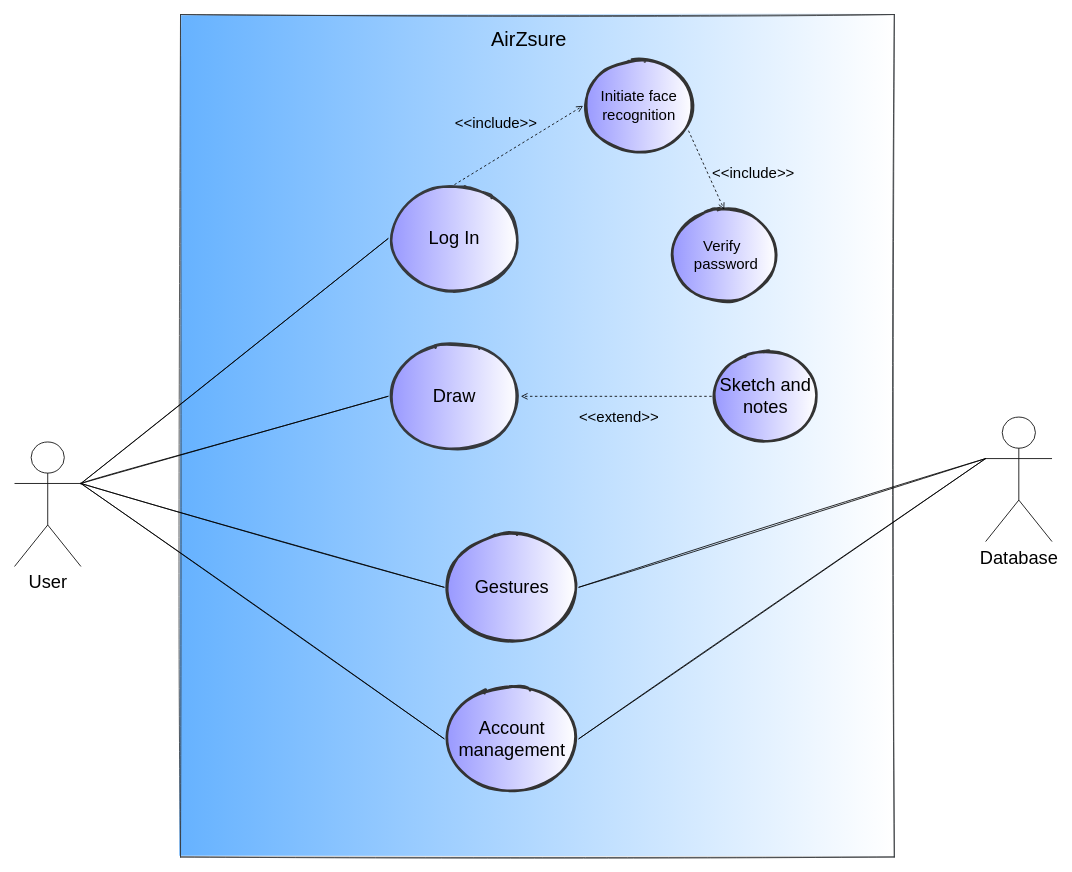
The draw.io diagram canvas.drawio in Spart-v6/diagram, before the edit. Source tidied: cells renumbered, new cells numbered last; positions are measured from the earlier drawing's top-left corner, leaving out a move shared by most shapes. Both pictures are drawn from the tidied source at 83%, with x=0, y=0 at pixel (14, 27).
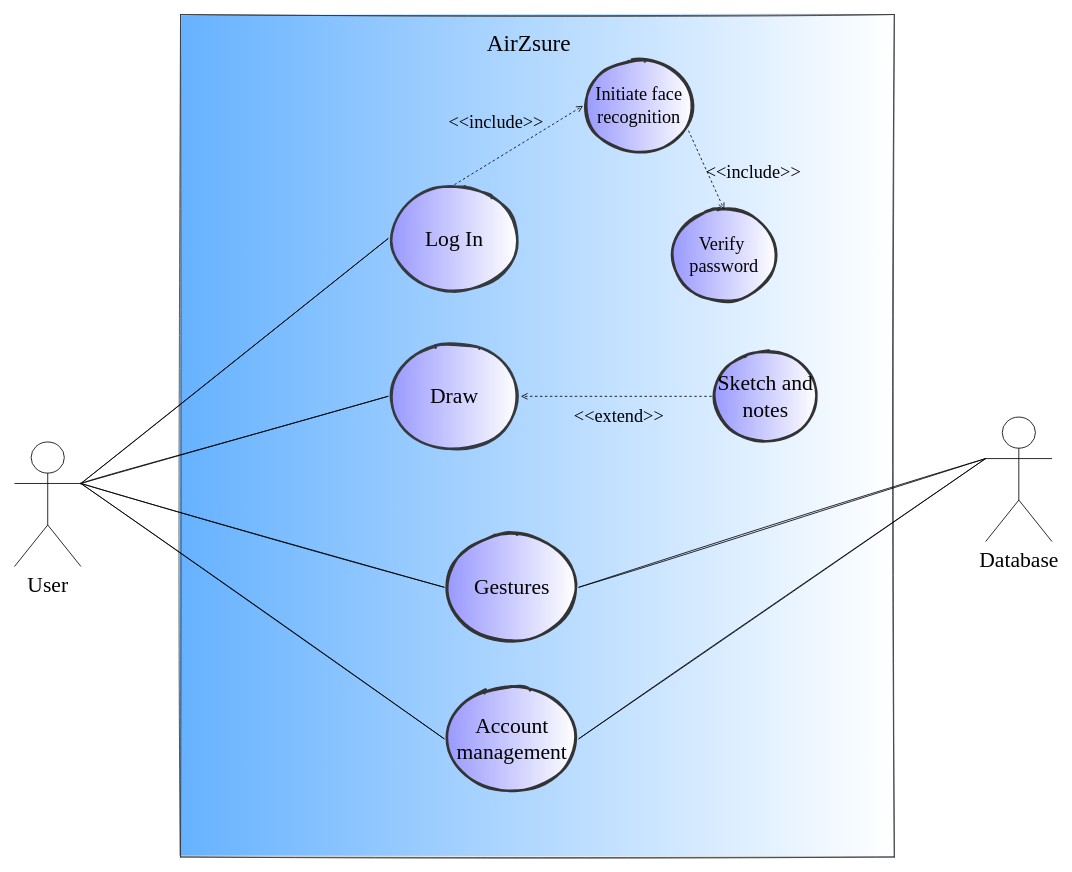
Above is the later version.

Change to the diagram source:
```diff
@@
-    <mxCell id="3" value="&lt;font style=&quot;font-size: 24px&quot;&gt;AirZsure&lt;/font&gt;" style="text;html=1;strokeColor=none;fillColor=none;align=center;verticalAlign=middle;whiteSpace=wrap;rounded=0;" parent="1" vertex="1">
-      <mxGeometry x="560" width="120" height="30" as="geometry" />
+    <mxCell id="3" value="&lt;font style=&quot;font-size: 28px&quot; face=&quot;Times New Roman&quot;&gt;AirZsure&lt;/font&gt;" style="text;html=1;strokeColor=none;fillColor=none;align=center;verticalAlign=middle;whiteSpace=wrap;rounded=0;" parent="1" vertex="1">
+      <mxGeometry x="560" width="120" height="40" as="geometry" />
     </mxCell>
-    <mxCell id="4" value="&lt;font style=&quot;font-size: 22px&quot;&gt;User&lt;/font&gt;" style="shape=umlActor;verticalLabelPosition=bottom;verticalAlign=top;html=1;outlineConnect=0;" parent="1" vertex="1">
+    <mxCell id="4" value="&lt;font style=&quot;font-size: 26px&quot; face=&quot;Times New Roman&quot;&gt;User&lt;/font&gt;" style="shape=umlActor;verticalLabelPosition=bottom;verticalAlign=top;html=1;outlineConnect=0;" parent="1" vertex="1">
       <mxGeometry y="500" width="80" height="150" as="geometry" />
     </mxCell>
-    <mxCell id="5" value="&lt;font style=&quot;font-size: 22px&quot;&gt;Database&lt;/font&gt;" style="shape=umlActor;verticalLabelPosition=bottom;verticalAlign=top;html=1;outlineConnect=0;" parent="1" vertex="1">
+    <mxCell id="5" value="&lt;font style=&quot;font-size: 26px&quot; face=&quot;Times New Roman&quot;&gt;Database&lt;/font&gt;" style="shape=umlActor;verticalLabelPosition=bottom;verticalAlign=top;html=1;outlineConnect=0;" parent="1" vertex="1">
       <mxGeometry x="1170" y="470" width="80" height="150" as="geometry" />
     </mxCell>
-    <mxCell id="6" value="&lt;font style=&quot;font-size: 22px&quot;&gt;Log In&lt;/font&gt;" style="ellipse;whiteSpace=wrap;html=1;sketch=1;strokeWidth=3;strokeColor=#36393d;fillStyle=auto;fillColor=#9999FF;gradientColor=#ffffff;gradientDirection=east;" parent="1" vertex="1">
+    <mxCell id="6" value="&lt;font style=&quot;font-size: 26px&quot; face=&quot;Times New Roman&quot;&gt;Log In&lt;/font&gt;" style="ellipse;whiteSpace=wrap;html=1;sketch=1;strokeWidth=3;strokeColor=#36393d;fillStyle=auto;fillColor=#9999FF;gradientColor=#ffffff;gradientDirection=east;" parent="1" vertex="1">
       <mxGeometry x="450" y="190" width="160" height="130" as="geometry" />
     </mxCell>
-    <mxCell id="7" value="&lt;font style=&quot;font-size: 22px&quot;&gt;Draw&lt;/font&gt;" style="ellipse;whiteSpace=wrap;html=1;sketch=1;strokeWidth=3;strokeColor=#36393d;fillStyle=auto;fillColor=#9999FF;gradientColor=#ffffff;gradientDirection=east;" parent="1" vertex="1">
+    <mxCell id="7" value="&lt;font style=&quot;font-size: 26px&quot; face=&quot;Times New Roman&quot;&gt;Draw&lt;/font&gt;" style="ellipse;whiteSpace=wrap;html=1;sketch=1;strokeWidth=3;strokeColor=#36393d;fillStyle=auto;fillColor=#9999FF;gradientColor=#ffffff;gradientDirection=east;" parent="1" vertex="1">
       <mxGeometry x="450" y="380" width="160" height="130" as="geometry" />
     </mxCell>
-    <mxCell id="8" value="&lt;font style=&quot;font-size: 22px&quot;&gt;Sketch and notes&lt;/font&gt;" style="ellipse;whiteSpace=wrap;html=1;strokeColor=#333333;strokeWidth=3;sketch=1;fillColor=#9999FF;gradientColor=#ffffff;gradientDirection=east;" parent="1" vertex="1">
+    <mxCell id="8" value="&lt;font style=&quot;font-size: 26px&quot; face=&quot;Times New Roman&quot;&gt;Sketch and notes&lt;/font&gt;" style="ellipse;whiteSpace=wrap;html=1;strokeColor=#333333;strokeWidth=3;sketch=1;fillColor=#9999FF;gradientColor=#ffffff;gradientDirection=east;" parent="1" vertex="1">
       <mxGeometry x="840" y="390" width="130" height="110" as="geometry" />
     </mxCell>
-    <mxCell id="9" value="&lt;font style=&quot;font-size: 22px&quot;&gt;Gestures&lt;/font&gt;" style="ellipse;whiteSpace=wrap;html=1;strokeColor=#333333;strokeWidth=3;sketch=1;gradientDirection=east;gradientColor=#ffffff;fillColor=#9999FF;" parent="1" vertex="1">
+    <mxCell id="9" value="&lt;font style=&quot;font-size: 26px&quot; face=&quot;Times New Roman&quot;&gt;Gestures&lt;/font&gt;" style="ellipse;whiteSpace=wrap;html=1;strokeColor=#333333;strokeWidth=3;sketch=1;gradientDirection=east;gradientColor=#ffffff;fillColor=#9999FF;" parent="1" vertex="1">
       <mxGeometry x="517.5" y="610" width="162.5" height="130" as="geometry" />
     </mxCell>
@@
-    <mxCell id="13" value="&lt;font style=&quot;font-size: 22px&quot;&gt;Account management&lt;/font&gt;" style="ellipse;whiteSpace=wrap;html=1;strokeColor=#333333;strokeWidth=3;sketch=1;gradientDirection=east;gradientColor=#ffffff;fillColor=#9999FF;" parent="1" vertex="1">
+    <mxCell id="13" value="&lt;font style=&quot;font-size: 26px&quot; face=&quot;Times New Roman&quot;&gt;Account management&lt;/font&gt;" style="ellipse;whiteSpace=wrap;html=1;strokeColor=#333333;strokeWidth=3;sketch=1;gradientDirection=east;gradientColor=#ffffff;fillColor=#9999FF;" parent="1" vertex="1">
       <mxGeometry x="517.5" y="792.5" width="162.5" height="130" as="geometry" />
     </mxCell>
@@
-    <mxCell id="17" value="&lt;font style=&quot;font-size: 18px&quot;&gt;Initiate face recognition&lt;/font&gt;" style="ellipse;whiteSpace=wrap;html=1;strokeColor=#333333;strokeWidth=3;sketch=1;fillColor=#9999FF;gradientColor=#ffffff;gradientDirection=east;" parent="1" vertex="1">
+    <mxCell id="17" value="&lt;font style=&quot;font-size: 22px&quot; face=&quot;Times New Roman&quot;&gt;Initiate face recognition&lt;/font&gt;" style="ellipse;whiteSpace=wrap;html=1;strokeColor=#333333;strokeWidth=3;sketch=1;fillColor=#9999FF;gradientColor=#ffffff;gradientDirection=east;" parent="1" vertex="1">
       <mxGeometry x="685" y="40" width="135" height="110" as="geometry" />
     </mxCell>
-    <mxCell id="18" value="&lt;font style=&quot;font-size: 18px&quot;&gt;Verify&amp;nbsp; &amp;nbsp;password&lt;/font&gt;" style="ellipse;whiteSpace=wrap;html=1;strokeColor=#333333;strokeWidth=3;sketch=1;fillColor=#9999FF;gradientColor=#ffffff;gradientDirection=east;" parent="1" vertex="1">
+    <mxCell id="18" value="&lt;font style=&quot;font-size: 22px&quot; face=&quot;Times New Roman&quot;&gt;Verify&amp;nbsp; password&lt;/font&gt;" style="ellipse;whiteSpace=wrap;html=1;strokeColor=#333333;strokeWidth=3;sketch=1;fillColor=#9999FF;gradientColor=#ffffff;gradientDirection=east;" parent="1" vertex="1">
       <mxGeometry x="790" y="220" width="130" height="110" as="geometry" />
     </mxCell>
-    <mxCell id="19" value="&lt;font style=&quot;font-size: 18px&quot;&gt;&amp;lt;&amp;lt;include&amp;gt;&amp;gt;&lt;/font&gt;" style="edgeStyle=none;html=1;endArrow=open;verticalAlign=bottom;dashed=1;labelBackgroundColor=none;exitX=0.5;exitY=0;exitDx=0;exitDy=0;entryX=0;entryY=0.5;entryDx=0;entryDy=0;" parent="1" edge="1" source="6" target="17">
+    <mxCell id="19" value="&lt;font style=&quot;font-size: 22px&quot; face=&quot;Times New Roman&quot;&gt;&amp;lt;&amp;lt;include&amp;gt;&amp;gt;&lt;/font&gt;" style="edgeStyle=none;html=1;endArrow=open;verticalAlign=bottom;dashed=1;labelBackgroundColor=none;exitX=0.5;exitY=0;exitDx=0;exitDy=0;entryX=0;entryY=0.5;entryDx=0;entryDy=0;" parent="1" edge="1" source="6" target="17">
       <mxGeometry x="-0.19" y="25" relative="1" as="geometry" />
     </mxCell>
-    <mxCell id="20" value="&lt;font style=&quot;font-size: 18px&quot;&gt;&amp;lt;&amp;lt;include&amp;gt;&amp;gt;&lt;/font&gt;" style="edgeStyle=none;html=1;endArrow=open;verticalAlign=bottom;dashed=1;labelBackgroundColor=none;exitX=0.941;exitY=0.772;exitDx=0;exitDy=0;entryX=0.5;entryY=0;entryDx=0;entryDy=0;exitPerimeter=0;" parent="1" edge="1" source="17" target="18">
+    <mxCell id="20" value="&lt;font style=&quot;font-size: 22px&quot; face=&quot;Times New Roman&quot;&gt;&amp;lt;&amp;lt;include&amp;gt;&amp;gt;&lt;/font&gt;" style="edgeStyle=none;html=1;endArrow=open;verticalAlign=bottom;dashed=1;labelBackgroundColor=none;exitX=0.941;exitY=0.772;exitDx=0;exitDy=0;entryX=0.5;entryY=0;entryDx=0;entryDy=0;exitPerimeter=0;" parent="1" edge="1" source="17" target="18">
       <mxGeometry x="0.75" y="44" relative="1" as="geometry" />
     </mxCell>
-    <mxCell id="21" value="&lt;font style=&quot;font-size: 18px&quot;&gt;&amp;lt;&amp;lt;extend&amp;gt;&amp;gt;&lt;/font&gt;" style="edgeStyle=none;html=1;endArrow=open;verticalAlign=bottom;dashed=1;labelBackgroundColor=none;exitX=0;exitY=0.5;exitDx=0;exitDy=0;entryX=1;entryY=0.5;entryDx=0;entryDy=0;" parent="1" edge="1" source="8" target="7">
+    <mxCell id="21" value="&lt;font style=&quot;font-size: 22px&quot; face=&quot;Times New Roman&quot;&gt;&amp;lt;&amp;lt;extend&amp;gt;&amp;gt;&lt;/font&gt;" style="edgeStyle=none;html=1;endArrow=open;verticalAlign=bottom;dashed=1;labelBackgroundColor=none;exitX=0;exitY=0.5;exitDx=0;exitDy=0;entryX=1;entryY=0.5;entryDx=0;entryDy=0;" parent="1" edge="1" source="8" target="7">
       <mxGeometry x="-0.03" y="40" relative="1" as="geometry" />
     </mxCell>
```
